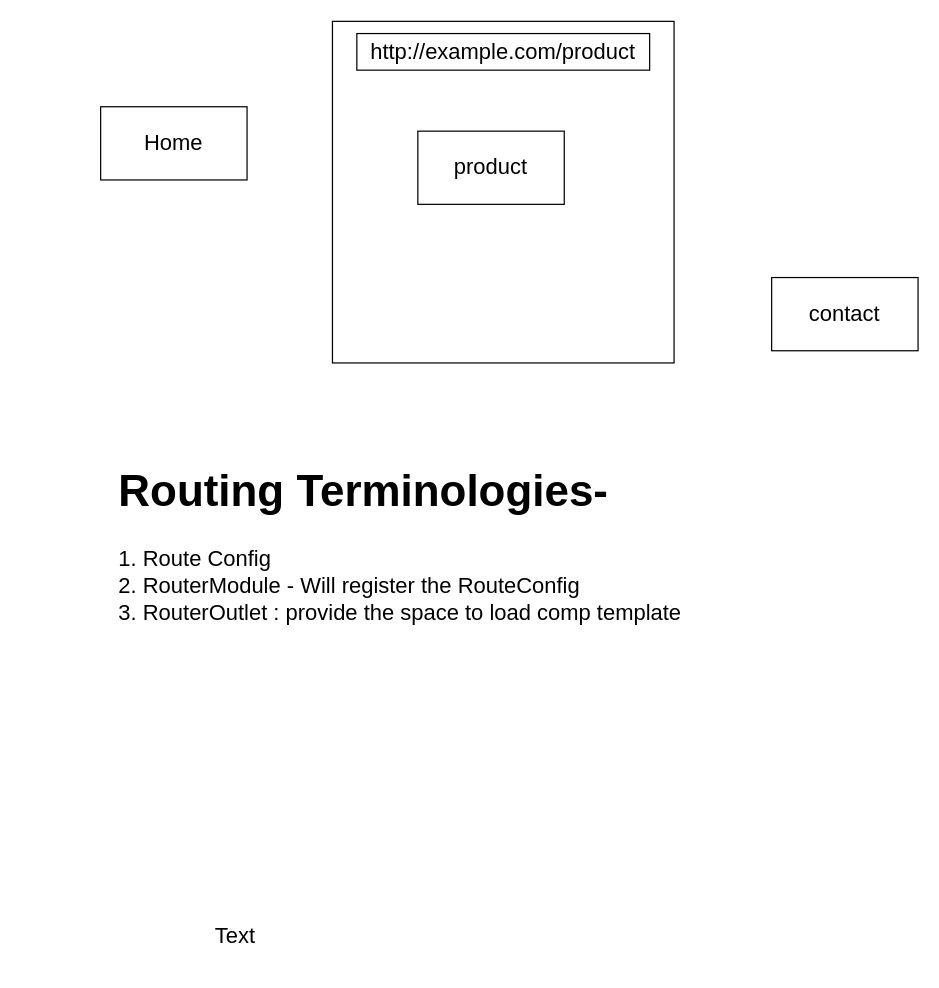
This is page "Page-10" (10 of 10) of diagrams.drawio from synergy2411/incedo-nov21-b1, a draw.io file, before an edit. Source tidied: cells renumbered, new cells numbered last; positions are measured from the earlier drawing's top-left corner, leaving out a move shared by most shapes. Both pictures are drawn from the tidied source at 122%, with x=0, y=0 at pixel (100, 21).
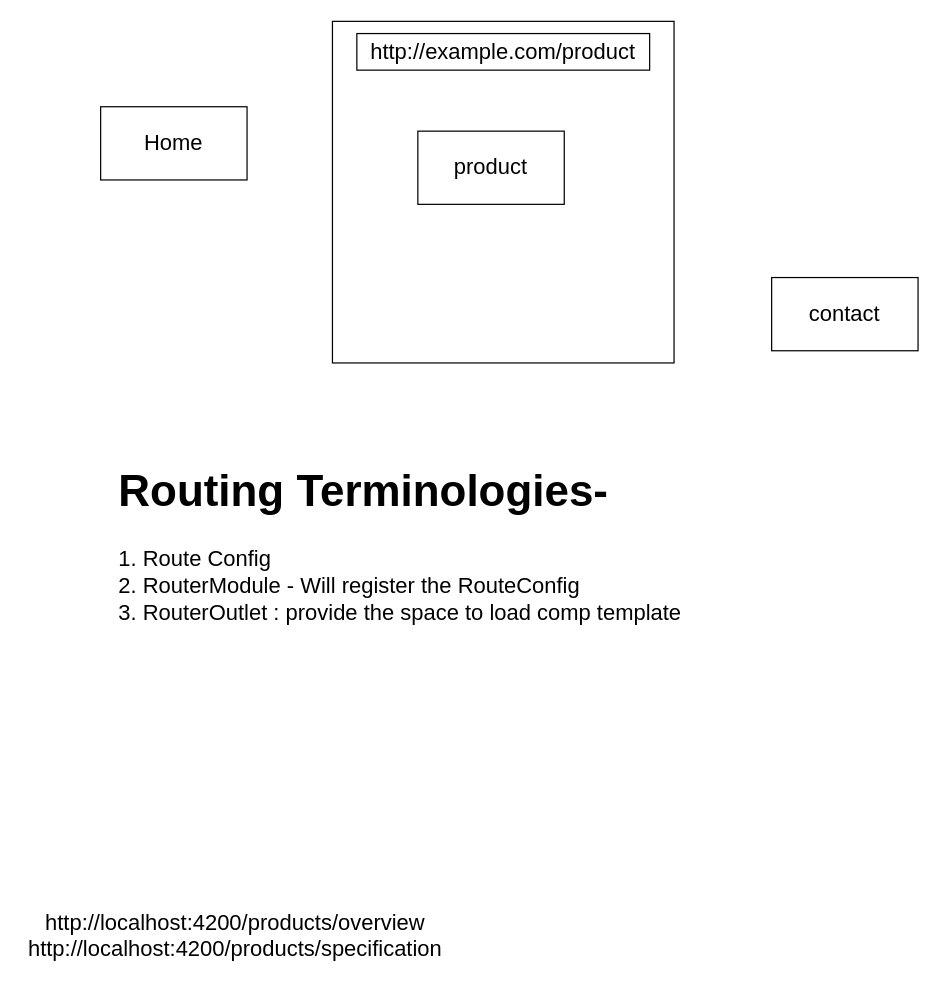
After the change.

What changed in the source:
```diff
@@
 <mxGraphModel>
   <root>
     <mxCell id="0" />
     <mxCell id="1" parent="0" />
     <mxCell id="2" style="whiteSpace=wrap;html=1;fontSize=18;" parent="1" vertex="1">
       <mxGeometry x="190" width="280" height="280" as="geometry" />
     </mxCell>
     <mxCell id="3" value="http://example.com/product" style="rounded=0;whiteSpace=wrap;html=1;fontSize=18;" parent="1" vertex="1">
       <mxGeometry x="210" y="10" width="240" height="30" as="geometry" />
     </mxCell>
     <mxCell id="4" value="Home" style="rounded=0;whiteSpace=wrap;html=1;fontSize=18;" parent="1" vertex="1">
       <mxGeometry y="70" width="120" height="60" as="geometry" />
     </mxCell>
     <mxCell id="5" value="product" style="rounded=0;whiteSpace=wrap;html=1;fontSize=18;" parent="1" vertex="1">
       <mxGeometry x="260" y="90" width="120" height="60" as="geometry" />
     </mxCell>
     <mxCell id="6" value="contact" style="rounded=0;whiteSpace=wrap;html=1;fontSize=18;" parent="1" vertex="1">
       <mxGeometry x="550" y="210" width="120" height="60" as="geometry" />
     </mxCell>
     <mxCell id="7" value="&lt;h1&gt;Routing Terminologies-&lt;/h1&gt;&lt;div&gt;1. Route Config&lt;/div&gt;&lt;div&gt;2. RouterModule - Will register the RouteConfig&lt;/div&gt;&lt;div&gt;3. RouterOutlet : provide the space to load comp template&lt;/div&gt;" style="text;html=1;strokeColor=none;fillColor=none;spacing=5;spacingTop=-20;whiteSpace=wrap;overflow=hidden;rounded=0;fontSize=18;" parent="1" vertex="1">
       <mxGeometry x="10" y="350" width="570" height="350" as="geometry" />
     </mxCell>
-    <mxCell id="8" value="Text" style="text;html=1;align=center;verticalAlign=middle;strokeColor=none;fillColor=none;fontSize=18;" parent="1" vertex="1">
-      <mxGeometry x="90" y="740" width="40" height="20" as="geometry" />
+    <mxCell id="8" value="http://localhost:4200/products/overview&lt;br&gt;http://localhost:4200/products/specification" style="text;html=1;align=center;verticalAlign=middle;strokeColor=none;fillColor=none;fontSize=18;" parent="1" vertex="1">
+      <mxGeometry x="-65" y="725" width="350" height="50" as="geometry" />
     </mxCell>
   </root>
 </mxGraphModel>
```
